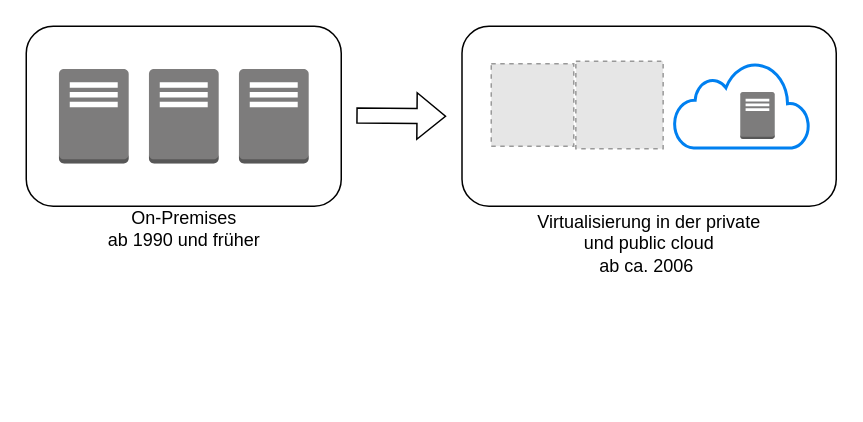
Earlier version of the draw.io diagram ComputeEvolution.drawio (ChristophAtos/K8straining). Source tidied: cells renumbered, new cells numbered last; positions are measured from the earlier drawing's top-left corner, leaving out a move shared by most shapes. Both pictures are drawn from the tidied source at 150%, with x=0, y=0 at pixel (26, 26). Pictures stored in the file or linked from it are replaced by grey dashed boxes.
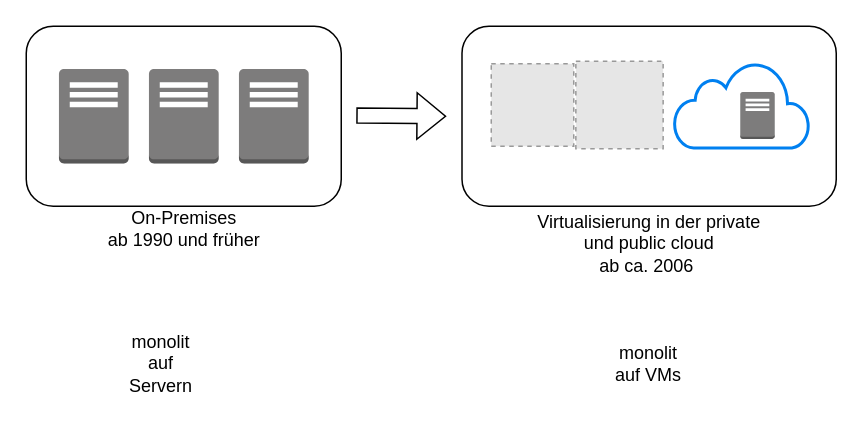
The same diagram, later.

The edit, as a diff of the source:
```diff
@@
 <mxGraphModel>
   <root>
     <mxCell id="0" />
     <mxCell id="1" parent="0" />
     <mxCell id="2" style="dashed=0;verticalLabelPosition=bottom;verticalAlign=top;align=center;html=1;shape=mxgraph.aws3.traditional_server;fillColor=#7D7C7C;gradientColor=none;" parent="1" vertex="1">
       <mxGeometry x="21.8" y="28.5" width="46.5" height="63" as="geometry" />
     </mxCell>
     <mxCell id="3" style="dashed=0;verticalLabelPosition=bottom;verticalAlign=top;align=center;html=1;shape=mxgraph.aws3.traditional_server;fillColor=#7D7C7C;gradientColor=none;" parent="1" vertex="1">
       <mxGeometry x="81.8" y="28.5" width="46.5" height="63" as="geometry" />
     </mxCell>
     <mxCell id="4" style="dashed=0;verticalLabelPosition=bottom;verticalAlign=top;align=center;html=1;shape=mxgraph.aws3.traditional_server;fillColor=#7D7C7C;gradientColor=none;" parent="1" vertex="1">
       <mxGeometry x="141.8" y="28.5" width="46.5" height="63" as="geometry" />
     </mxCell>
     <mxCell id="5" style="rounded=1;whiteSpace=wrap;html=1;fillColor=none;" parent="1" vertex="1">
       <mxGeometry width="210" height="120" as="geometry" />
     </mxCell>
     <mxCell id="6" style="shape=flexArrow;endArrow=classic;html=1;rounded=0;" parent="1" edge="1">
       <mxGeometry relative="1" as="geometry">
         <mxPoint x="220" y="59.5" as="sourcePoint" />
         <mxPoint x="280" y="60" as="targetPoint" />
       </mxGeometry>
     </mxCell>
     <mxCell id="7" value="On-Premises&lt;br&gt;ab 1990 und früher" style="text;html=1;strokeColor=none;fillColor=none;align=center;verticalAlign=middle;whiteSpace=wrap;rounded=0;" parent="1" vertex="1">
       <mxGeometry x="42.5" y="120" width="125" height="30" as="geometry" />
     </mxCell>
     <mxCell id="8" style="rounded=1;whiteSpace=wrap;html=1;fillColor=none;" parent="1" vertex="1">
       <mxGeometry x="290.5" width="249.5" height="120" as="geometry" />
     </mxCell>
     <mxCell id="9" value="Virtualisierung in der private und public cloud&lt;br&gt;ab ca. 2006&amp;nbsp;" style="text;html=1;strokeColor=none;fillColor=none;align=center;verticalAlign=middle;whiteSpace=wrap;rounded=0;" parent="1" vertex="1">
       <mxGeometry x="336.6" y="130" width="157.2" height="30" as="geometry" />
     </mxCell>
     <mxCell id="10" style="fillColor=#E6E6E6;strokeColor=#999999;dashed=1;verticalLabelPosition=bottom;labelBackgroundColor=default;verticalAlign=top;" parent="1" vertex="1">
       <mxGeometry x="310" y="25" width="55" height="55" as="geometry" />
     </mxCell>
     <mxCell id="11" style="fillColor=#E6E6E6;strokeColor=#999999;dashed=1;verticalLabelPosition=bottom;labelBackgroundColor=default;verticalAlign=top;" parent="1" vertex="1">
       <mxGeometry x="366.4" y="23.4" width="58.2" height="58.2" as="geometry" />
     </mxCell>
     <mxCell id="12" style="html=1;verticalLabelPosition=bottom;align=center;labelBackgroundColor=#ffffff;verticalAlign=top;strokeWidth=2;strokeColor=#0080F0;shadow=0;dashed=0;shape=mxgraph.ios7.icons.cloud;" parent="1" vertex="1">
       <mxGeometry x="432" y="23.9" width="90" height="57.3" as="geometry" />
     </mxCell>
     <mxCell id="13" style="dashed=0;verticalLabelPosition=bottom;verticalAlign=top;align=center;html=1;shape=mxgraph.aws3.traditional_server;fillColor=#7D7C7C;gradientColor=none;" parent="1" vertex="1">
       <mxGeometry x="476" y="43.9" width="23" height="31.2" as="geometry" />
     </mxCell>
+    <mxCell id="14" value="monolit auf Servern" style="text;html=1;strokeColor=none;fillColor=none;align=center;verticalAlign=middle;whiteSpace=wrap;rounded=0;" parent="1" vertex="1">
+      <mxGeometry x="60" y="210" width="60" height="30" as="geometry" />
+    </mxCell>
+    <mxCell id="15" value="monolit auf VMs" style="text;html=1;strokeColor=none;fillColor=none;align=center;verticalAlign=middle;whiteSpace=wrap;rounded=0;" parent="1" vertex="1">
+      <mxGeometry x="385.2" y="210" width="60" height="30" as="geometry" />
+    </mxCell>
   </root>
 </mxGraphModel>
```
